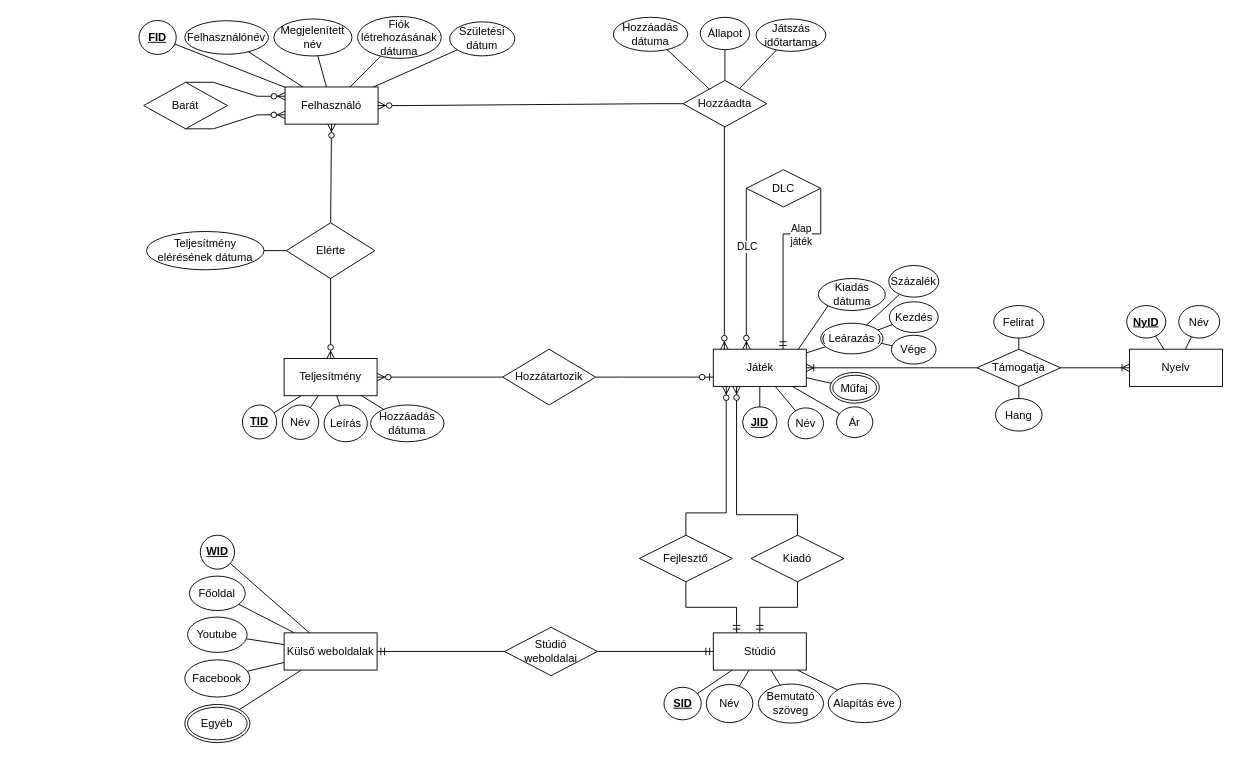
Earlier version of the draw.io diagram page "XML" (1 of 2) of XMLTaskULA7Z2/ER_XDM_ULA7Z2.drawio (KeresztesIulia/ULA7Z2_XMLGyak). Source tidied: cells renumbered, new cells numbered last; positions are measured from the earlier drawing's top-left corner, leaving out a move shared by most shapes. Both pictures are drawn from the tidied source at 93%, with x=0, y=0 at pixel (139, 16).
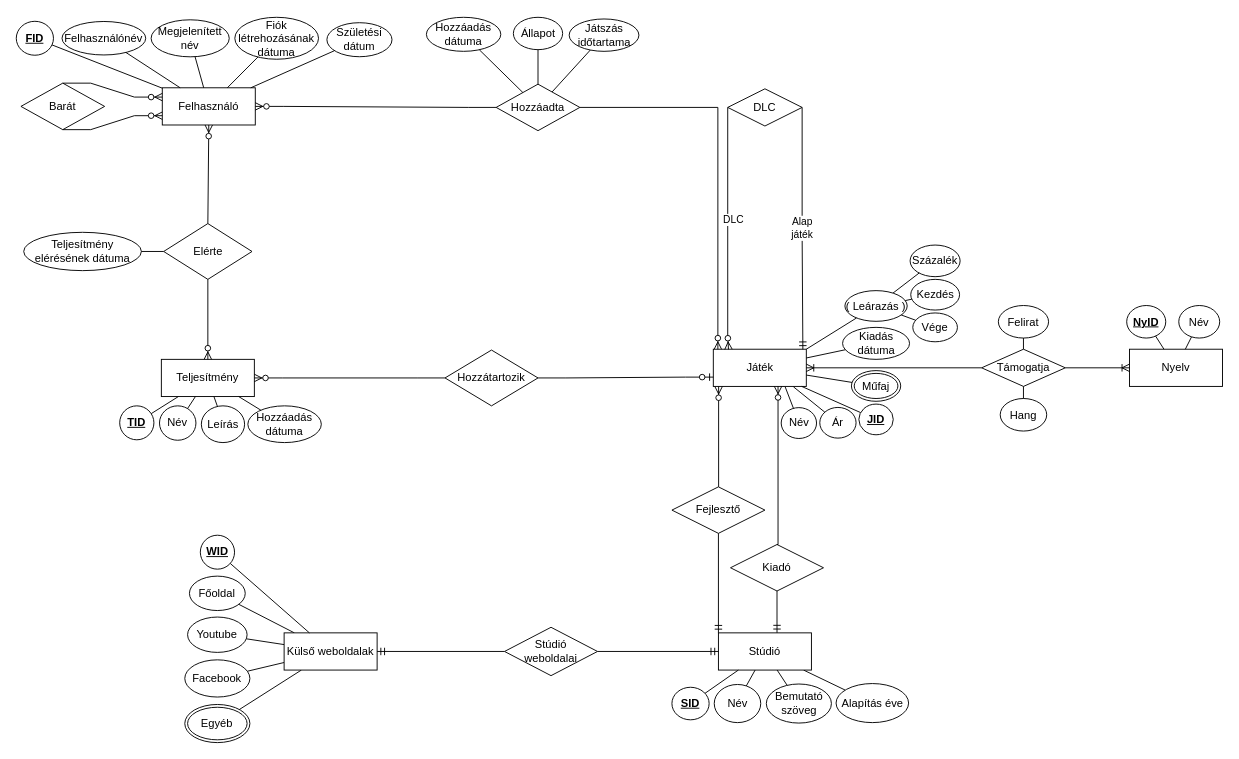
The same diagram, later.

Unchanged cells that the change refers to:
```xml
<mxCell id="4" value="Játék" style="whiteSpace=wrap;html=1;align=center;shadow=0;" parent="1" vertex="1">
  <mxGeometry x="617.5" y="358" width="100" height="40" as="geometry" />
</mxCell>
```

Diff of the diagram source:
```diff
@@
     <mxCell id="2" value="Felhasználó" style="whiteSpace=wrap;html=1;align=center;verticalAlign=middle;horizontal=1;" parent="1" vertex="1">
-      <mxGeometry x="157" y="76" width="100" height="40" as="geometry" />
+      <mxGeometry x="25" y="76.9" width="100" height="40" as="geometry" />
     </mxCell>
-    <mxCell id="3" style="rounded=0;jettySize=auto;html=1;endArrow=none;endFill=0;" parent="1" edge="1" source="4" target="94">
+    <mxCell id="3" style="rounded=0;jettySize=auto;html=1;endArrow=none;endFill=0;exitX=1;exitY=0;exitDx=0;exitDy=0;" parent="1" edge="1" source="4" target="94">
       <mxGeometry relative="1" as="geometry" />
     </mxCell>
@@
     <mxCell id="5" value="Hozzáadta" style="shape=rhombus;perimeter=rhombusPerimeter;whiteSpace=wrap;html=1;align=center;" parent="1" vertex="1">
-      <mxGeometry x="585" y="69" width="90" height="50" as="geometry" />
+      <mxGeometry x="384" y="73" width="90" height="50" as="geometry" />
     </mxCell>
@@
-    <mxCell id="7" style="fontSize=12;html=1;endArrow=ERzeroToMany;endFill=1;rounded=0;exitX=0.5;exitY=1;exitDx=0;exitDy=0;edgeStyle=orthogonalEdgeStyle;entryX=0.119;entryY=0.004;entryDx=0;entryDy=0;entryPerimeter=0;" parent="1" edge="1" source="5" target="4">
+    <mxCell id="7" style="fontSize=12;html=1;endArrow=ERzeroToMany;endFill=1;rounded=0;edgeStyle=orthogonalEdgeStyle;exitX=1;exitY=0.5;exitDx=0;exitDy=0;entryX=0.049;entryY=0.002;entryDx=0;entryDy=0;entryPerimeter=0;" parent="1" edge="1" source="5" target="4">
       <mxGeometry relative="1" as="geometry">
         <Array as="points">
-          <mxPoint x="630" y="358" />
+          <mxPoint x="622" y="98" />
         </Array>
       </mxGeometry>
     </mxCell>
     <mxCell id="8" value="DLC" style="shape=rhombus;perimeter=rhombusPerimeter;whiteSpace=wrap;html=1;align=center;shadow=0;" parent="1" vertex="1">
-      <mxGeometry x="653" y="165" width="80" height="40" as="geometry" />
+      <mxGeometry x="633" y="78" width="80" height="40" as="geometry" />
     </mxCell>
-    <mxCell id="9" style="fontSize=12;html=1;endArrow=ERzeroToMany;endFill=1;rounded=0;exitX=0;exitY=0.5;exitDx=0;exitDy=0;edgeStyle=orthogonalEdgeStyle;entryX=0.356;entryY=-0.001;entryDx=0;entryDy=0;entryPerimeter=0;" parent="1" edge="1" source="8" target="4">
+    <mxCell id="9" style="fontSize=12;html=1;endArrow=ERzeroToMany;endFill=1;rounded=0;exitX=0;exitY=0.5;exitDx=0;exitDy=0;edgeStyle=orthogonalEdgeStyle;entryX=0.163;entryY=0.004;entryDx=0;entryDy=0;entryPerimeter=0;" parent="1" edge="1" source="8" target="4">
       <mxGeometry relative="1" as="geometry">
         <Array as="points">
-          <mxPoint x="653" y="333" />
-          <mxPoint x="653" y="333" />
+          <mxPoint x="633" y="343" />
+          <mxPoint x="634" y="343" />
         </Array>
       </mxGeometry>
     </mxCell>
     <mxCell id="10" value="DLC" style="edgeLabel;html=1;align=center;verticalAlign=middle;" parent="9" vertex="1">
       <mxGeometry x="0.32" y="-4" relative="1" as="geometry">
-        <mxPoint x="4" y="-52" as="offset" />
+        <mxPoint x="9" y="-52" as="offset" />
       </mxGeometry>
     </mxCell>
-    <mxCell id="11" style="edgeStyle=orthogonalEdgeStyle;fontSize=12;html=1;endArrow=ERmandOne;rounded=0;entryX=0.75;entryY=0;entryDx=0;entryDy=0;exitX=1;exitY=0.5;exitDx=0;exitDy=0;" parent="1" edge="1" source="8" target="4">
+    <mxCell id="11" style="edgeStyle=orthogonalEdgeStyle;fontSize=12;html=1;endArrow=ERmandOne;rounded=0;exitX=1;exitY=0.5;exitDx=0;exitDy=0;entryX=0.963;entryY=0.004;entryDx=0;entryDy=0;entryPerimeter=0;" parent="1" edge="1" source="8" target="4">
       <mxGeometry relative="1" as="geometry">
         <Array as="points">
-          <mxPoint x="733" y="234" />
-          <mxPoint x="693" y="234" />
+          <mxPoint x="713" y="234" />
+          <mxPoint x="714" y="234" />
         </Array>
       </mxGeometry>
     </mxCell>
     <mxCell id="12" value="Alap&lt;br&gt;játék" style="edgeLabel;html=1;align=center;verticalAlign=middle;" parent="11" vertex="1">
       <mxGeometry x="0.76" relative="1" as="geometry">
-        <mxPoint x="19" y="-98" as="offset" />
+        <mxPoint x="-1" y="-99" as="offset" />
       </mxGeometry>
     </mxCell>
     <mxCell id="13" value="Barát" style="shape=rhombus;perimeter=rhombusPerimeter;whiteSpace=wrap;html=1;align=center;shadow=0;" parent="1" vertex="1">
-      <mxGeometry x="5" y="71" width="90" height="50" as="geometry" />
+      <mxGeometry x="-127" y="71.9" width="90" height="50" as="geometry" />
     </mxCell>
@@
     <mxCell id="16" value="Teljesítmény" style="whiteSpace=wrap;html=1;align=center;shadow=0;" parent="1" vertex="1">
-      <mxGeometry x="156" y="368" width="100" height="40" as="geometry" />
+      <mxGeometry x="24" y="368.9" width="100" height="40" as="geometry" />
     </mxCell>
     <mxCell id="17" value="Hozzátartozik" style="shape=rhombus;perimeter=rhombusPerimeter;whiteSpace=wrap;html=1;align=center;shadow=0;" parent="1" vertex="1">
-      <mxGeometry x="391" y="358" width="100" height="60" as="geometry" />
+      <mxGeometry x="329" y="358.9" width="100" height="60" as="geometry" />
     </mxCell>
     <mxCell id="18" value="Elérte" style="shape=rhombus;perimeter=rhombusPerimeter;whiteSpace=wrap;html=1;align=center;shadow=0;" parent="1" vertex="1">
-      <mxGeometry x="158.5" y="222" width="95" height="60" as="geometry" />
+      <mxGeometry x="26.5" y="222.9" width="95" height="60" as="geometry" />
     </mxCell>
@@
     <mxCell id="24" value="Stúdió" style="whiteSpace=wrap;html=1;align=center;shadow=0;" parent="1" vertex="1">
-      <mxGeometry x="617.5" y="663" width="100" height="40" as="geometry" />
+      <mxGeometry x="623" y="663" width="100" height="40" as="geometry" />
     </mxCell>
@@
     <mxCell id="26" value="Támogatja" style="shape=rhombus;perimeter=rhombusPerimeter;whiteSpace=wrap;html=1;align=center;shadow=0;" parent="1" vertex="1">
-      <mxGeometry x="901" y="358" width="90" height="40" as="geometry" />
+      <mxGeometry x="906" y="358" width="90" height="40" as="geometry" />
     </mxCell>
     <mxCell id="27" value="Kiadó" style="shape=rhombus;perimeter=rhombusPerimeter;whiteSpace=wrap;html=1;align=center;shadow=0;" parent="1" vertex="1">
-      <mxGeometry x="658" y="558" width="100" height="50" as="geometry" />
+      <mxGeometry x="636" y="568" width="100" height="50" as="geometry" />
     </mxCell>
     <mxCell id="28" value="Fejlesztő" style="shape=rhombus;perimeter=rhombusPerimeter;whiteSpace=wrap;html=1;align=center;shadow=0;" parent="1" vertex="1">
-      <mxGeometry x="538" y="558" width="100" height="50" as="geometry" />
+      <mxGeometry x="573" y="506" width="100" height="50" as="geometry" />
     </mxCell>
-    <mxCell id="29" style="edgeStyle=orthogonalEdgeStyle;fontSize=12;html=1;endArrow=ERzeroToMany;endFill=1;rounded=0;strokeColor=default;exitX=0.5;exitY=0;exitDx=0;exitDy=0;entryX=0.139;entryY=1.004;entryDx=0;entryDy=0;entryPerimeter=0;" parent="1" edge="1" source="28" target="4">
+    <mxCell id="29" style="edgeStyle=orthogonalEdgeStyle;fontSize=12;html=1;endArrow=ERzeroToMany;endFill=1;rounded=0;strokeColor=default;exitX=0.5;exitY=0;exitDx=0;exitDy=0;entryX=0.057;entryY=1.004;entryDx=0;entryDy=0;entryPerimeter=0;" parent="1" edge="1" source="28" target="4">
       <mxGeometry relative="1" as="geometry">
         <Array as="points">
-          <mxPoint x="588" y="534" />
-          <mxPoint x="631" y="534" />
+          <mxPoint x="623" y="398" />
         </Array>
       </mxGeometry>
     </mxCell>
-    <mxCell id="30" style="edgeStyle=orthogonalEdgeStyle;fontSize=12;html=1;endArrow=ERzeroToMany;endFill=1;rounded=0;strokeColor=default;entryX=0.25;entryY=1;entryDx=0;entryDy=0;exitX=0.5;exitY=0;exitDx=0;exitDy=0;" parent="1" edge="1" source="27" target="4">
+    <mxCell id="30" style="edgeStyle=orthogonalEdgeStyle;fontSize=12;html=1;endArrow=ERzeroToMany;endFill=1;rounded=0;strokeColor=default;exitX=0.5;exitY=0;exitDx=0;exitDy=0;entryX=0.696;entryY=0.997;entryDx=0;entryDy=0;entryPerimeter=0;" parent="1" edge="1" source="27" target="4">
       <mxGeometry relative="1" as="geometry">
         <Array as="points">
-          <mxPoint x="708" y="536" />
-          <mxPoint x="642" y="536" />
+          <mxPoint x="687" y="568" />
         </Array>
       </mxGeometry>
     </mxCell>
-    <mxCell id="31" style="edgeStyle=orthogonalEdgeStyle;fontSize=12;html=1;endArrow=ERmandOne;rounded=0;strokeColor=default;exitX=0.5;exitY=1;exitDx=0;exitDy=0;entryX=0.25;entryY=0;entryDx=0;entryDy=0;" parent="1" edge="1" source="28" target="24">
+    <mxCell id="31" style="edgeStyle=orthogonalEdgeStyle;fontSize=12;html=1;endArrow=ERmandOne;rounded=0;strokeColor=default;exitX=0.5;exitY=1;exitDx=0;exitDy=0;entryX=0;entryY=0;entryDx=0;entryDy=0;" parent="1" edge="1" source="28" target="24">
       <mxGeometry relative="1" as="geometry" />
     </mxCell>
-    <mxCell id="32" style="edgeStyle=orthogonalEdgeStyle;fontSize=12;html=1;endArrow=ERmandOne;rounded=0;strokeColor=default;exitX=0.5;exitY=1;exitDx=0;exitDy=0;entryX=0.5;entryY=0;entryDx=0;entryDy=0;" parent="1" edge="1" source="27" target="24">
+    <mxCell id="32" style="edgeStyle=orthogonalEdgeStyle;fontSize=12;html=1;endArrow=ERmandOne;rounded=0;strokeColor=default;exitX=0.5;exitY=1;exitDx=0;exitDy=0;entryX=0.63;entryY=-0.003;entryDx=0;entryDy=0;entryPerimeter=0;" parent="1" edge="1" source="27" target="24">
       <mxGeometry relative="1" as="geometry" />
     </mxCell>
     <mxCell id="33" value="Teljesítmény elérésének dátuma" style="ellipse;whiteSpace=wrap;html=1;align=center;shadow=0;" parent="1" vertex="1">
-      <mxGeometry x="8" y="231.4" width="126.5" height="41.2" as="geometry" />
+      <mxGeometry x="-124" y="232.3" width="126.5" height="41.2" as="geometry" />
     </mxCell>
@@
     <mxCell id="36" value="Hozzáadás dátuma" style="ellipse;whiteSpace=wrap;html=1;align=center;shadow=0;" parent="1" vertex="1">
-      <mxGeometry x="510" y="1.1" width="80" height="36.6" as="geometry" />
+      <mxGeometry x="309" y="1.1" width="80" height="36.6" as="geometry" />
     </mxCell>
@@
     <mxCell id="38" value="Játszás időtartama" style="ellipse;whiteSpace=wrap;html=1;align=center;" parent="1" vertex="1">
-      <mxGeometry x="663.5" y="2.9" width="75" height="34.8" as="geometry" />
+      <mxGeometry x="462.5" y="2.9" width="75" height="34.8" as="geometry" />
     </mxCell>
@@
     <mxCell id="40" value="Hang" style="ellipse;whiteSpace=wrap;html=1;align=center;" parent="1" vertex="1">
-      <mxGeometry x="921" y="411" width="50" height="35" as="geometry" />
+      <mxGeometry x="926" y="411" width="50" height="35" as="geometry" />
     </mxCell>
     <mxCell id="41" value="Felirat" style="ellipse;whiteSpace=wrap;html=1;align=center;comic=0;" parent="1" vertex="1">
-      <mxGeometry x="919" y="311" width="54" height="35" as="geometry" />
+      <mxGeometry x="924" y="311" width="54" height="35" as="geometry" />
     </mxCell>
@@
     <mxCell id="44" value="FID" style="ellipse;whiteSpace=wrap;html=1;align=center;fontStyle=5;comic=0;" parent="1" vertex="1">
-      <mxGeometry y="4.5" width="40" height="36.5" as="geometry" />
+      <mxGeometry x="-132" y="5.4" width="40" height="36.5" as="geometry" />
     </mxCell>
     <mxCell id="45" value="Felhasználónév" style="ellipse;whiteSpace=wrap;html=1;align=center;comic=0;" parent="1" vertex="1">
-      <mxGeometry x="49.2" y="4.8" width="90" height="36" as="geometry" />
+      <mxGeometry x="-82.8" y="5.6" width="90" height="36" as="geometry" />
     </mxCell>
     <mxCell id="46" value="Megjelenített név" style="ellipse;whiteSpace=wrap;html=1;align=center;comic=0;" parent="1" vertex="1">
-      <mxGeometry x="145" y="2.9" width="84" height="39.8" as="geometry" />
+      <mxGeometry x="13" y="3.8" width="84" height="39.8" as="geometry" />
     </mxCell>
     <mxCell id="47" value="Fiók létrehozásának dátuma" style="ellipse;whiteSpace=wrap;html=1;align=center;comic=0;" parent="1" vertex="1">
-      <mxGeometry x="235" y="0.2" width="90" height="45.1" as="geometry" />
+      <mxGeometry x="103" y="1.1" width="90" height="45.1" as="geometry" />
     </mxCell>
     <mxCell id="48" value="Születési dátum" style="ellipse;whiteSpace=wrap;html=1;align=center;comic=0;" parent="1" vertex="1">
-      <mxGeometry x="334" y="6" width="70" height="36.6" as="geometry" />
+      <mxGeometry x="202" y="6.9" width="70" height="36.6" as="geometry" />
     </mxCell>
@@
     <mxCell id="54" value="TID" style="ellipse;whiteSpace=wrap;html=1;align=center;fontStyle=5;comic=0;" parent="1" vertex="1">
-      <mxGeometry x="111.2" y="418" width="36.8" height="36.5" as="geometry" />
+      <mxGeometry x="-20.8" y="418.9" width="36.8" height="36.5" as="geometry" />
     </mxCell>
     <mxCell id="55" value="Leírás" style="ellipse;whiteSpace=wrap;html=1;align=center;comic=0;" parent="1" vertex="1">
-      <mxGeometry x="199" y="418" width="46.5" height="39.5" as="geometry" />
+      <mxGeometry x="67" y="418.9" width="46.5" height="39.5" as="geometry" />
     </mxCell>
     <mxCell id="56" value="Hozzáadás dátuma" style="ellipse;whiteSpace=wrap;html=1;align=center;comic=0;" parent="1" vertex="1">
-      <mxGeometry x="249" y="418" width="79" height="39.5" as="geometry" />
+      <mxGeometry x="117" y="418.9" width="79" height="39.5" as="geometry" />
     </mxCell>
@@
     <mxCell id="60" value="Név" style="ellipse;whiteSpace=wrap;html=1;align=center;comic=0;" parent="1" vertex="1">
-      <mxGeometry x="154" y="418" width="39.2" height="37" as="geometry" />
+      <mxGeometry x="22" y="418.9" width="39.2" height="37" as="geometry" />
     </mxCell>
@@
     <mxCell id="62" value="JID" style="ellipse;whiteSpace=wrap;html=1;align=center;fontStyle=5;comic=0;" parent="1" vertex="1">
-      <mxGeometry x="649" y="420" width="37" height="33" as="geometry" />
+      <mxGeometry x="774" y="417" width="37" height="33" as="geometry" />
     </mxCell>
     <mxCell id="63" value="Név" style="ellipse;whiteSpace=wrap;html=1;align=center;comic=0;" parent="1" vertex="1">
-      <mxGeometry x="698" y="421.1" width="38" height="33.2" as="geometry" />
+      <mxGeometry x="690.5" y="420.8" width="38" height="33.2" as="geometry" />
     </mxCell>
     <mxCell id="64" value="Ár" style="ellipse;whiteSpace=wrap;html=1;align=center;comic=0;" parent="1" vertex="1">
-      <mxGeometry x="750" y="420" width="39" height="33" as="geometry" />
+      <mxGeometry x="732" y="420.6" width="39" height="33" as="geometry" />
     </mxCell>
     <mxCell id="65" value="Műfaj" style="ellipse;shape=doubleEllipse;margin=3;whiteSpace=wrap;html=1;align=center;comic=0;" parent="1" vertex="1">
-      <mxGeometry x="743" y="383" width="53" height="33" as="geometry" />
+      <mxGeometry x="766" y="381" width="53" height="33" as="geometry" />
     </mxCell>
     <mxCell id="66" value="Kiadás dátuma" style="ellipse;whiteSpace=wrap;html=1;align=center;comic=0;" parent="1" vertex="1">
-      <mxGeometry x="730.5" y="282" width="72" height="34.4" as="geometry" />
+      <mxGeometry x="756.5" y="334.5" width="72" height="34.4" as="geometry" />
     </mxCell>
@@
-    <mxCell id="68" style="endArrow=none;html=1;rounded=0;" parent="1" edge="1" source="63" target="4">
+    <mxCell id="68" style="endArrow=none;html=1;rounded=0;entryX=0.773;entryY=1.013;entryDx=0;entryDy=0;entryPerimeter=0;" parent="1" edge="1" source="63" target="4">
       <mxGeometry relative="1" as="geometry" />
     </mxCell>
-    <mxCell id="69" style="endArrow=none;html=1;rounded=0;" parent="1" edge="1" source="64" target="4">
+    <mxCell id="69" style="endArrow=none;html=1;rounded=0;entryX=0.861;entryY=1.009;entryDx=0;entryDy=0;entryPerimeter=0;" parent="1" edge="1" source="64" target="4">
       <mxGeometry relative="1" as="geometry" />
     </mxCell>
@@
-    <mxCell id="71" style="endArrow=none;html=1;rounded=0;entryX=0;entryY=1;entryDx=0;entryDy=0;" parent="1" edge="1" target="66">
-      <mxGeometry relative="1" as="geometry">
-        <mxPoint x="709" y="358" as="sourcePoint" />
-      </mxGeometry>
+    <mxCell id="71" style="endArrow=none;html=1;rounded=0;" parent="1" edge="1" source="4" target="66">
+      <mxGeometry relative="1" as="geometry" />
     </mxCell>
@@
     <mxCell id="77" value="SID" style="ellipse;whiteSpace=wrap;html=1;align=center;fontStyle=5;" parent="1" vertex="1">
-      <mxGeometry x="564.5" y="721.5" width="40" height="35" as="geometry" />
+      <mxGeometry x="573" y="721.5" width="40" height="35" as="geometry" />
     </mxCell>
     <mxCell id="78" value="Név" style="ellipse;whiteSpace=wrap;html=1;align=center;" parent="1" vertex="1">
-      <mxGeometry x="610" y="718.5" width="50" height="41" as="geometry" />
+      <mxGeometry x="618.5" y="718.5" width="50" height="41" as="geometry" />
     </mxCell>
@@
     <mxCell id="89" value="Bemutató szöveg" style="ellipse;whiteSpace=wrap;html=1;align=center;" parent="1" vertex="1">
-      <mxGeometry x="666" y="718" width="70" height="42" as="geometry" />
+      <mxGeometry x="674.5" y="718" width="70" height="42" as="geometry" />
     </mxCell>
@@
     <mxCell id="92" value="Állapot" style="ellipse;whiteSpace=wrap;html=1;fontSize=12;" parent="1" vertex="1">
-      <mxGeometry x="603.5" y="1.1" width="53" height="34.8" as="geometry" />
+      <mxGeometry x="402.5" y="1.1" width="53" height="34.8" as="geometry" />
     </mxCell>
@@
     <mxCell id="94" value="( Leárazás )" style="ellipse;whiteSpace=wrap;html=1;align=center;comic=0;" parent="1" vertex="1">
-      <mxGeometry x="733" y="330" width="67" height="33" as="geometry" />
+      <mxGeometry x="759" y="295" width="67" height="33" as="geometry" />
     </mxCell>
     <mxCell id="95" value="Százalék" style="ellipse;whiteSpace=wrap;html=1;align=center;comic=0;" parent="1" vertex="1">
-      <mxGeometry x="806.1" y="268" width="53.8" height="34" as="geometry" />
+      <mxGeometry x="829.1" y="246" width="53.8" height="34" as="geometry" />
     </mxCell>
@@
     <mxCell id="97" value="Kezdés" style="ellipse;whiteSpace=wrap;html=1;align=center;comic=0;" parent="1" vertex="1">
-      <mxGeometry x="806.8" y="307" width="52.5" height="33" as="geometry" />
+      <mxGeometry x="829.8" y="282.9" width="52.5" height="33" as="geometry" />
     </mxCell>
@@
     <mxCell id="99" value="Vége" style="ellipse;whiteSpace=wrap;html=1;align=center;comic=0;" parent="1" vertex="1">
-      <mxGeometry x="809" y="343" width="48" height="31" as="geometry" />
+      <mxGeometry x="832" y="319" width="48" height="31" as="geometry" />
     </mxCell>
@@
     <mxCell id="104" value="Alapítás éve" style="ellipse;whiteSpace=wrap;html=1;align=center;" parent="1" vertex="1">
-      <mxGeometry x="741" y="717.5" width="78" height="42" as="geometry" />
+      <mxGeometry x="749.5" y="717.5" width="78" height="42" as="geometry" />
     </mxCell>
```
